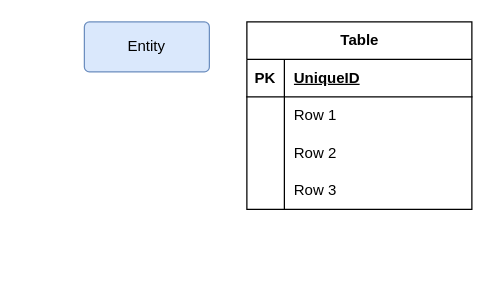
Earlier version of the draw.io diagram Untitled Diagram.drawio (enaide/spring-jpa). Source tidied: cells renumbered, new cells numbered last; positions are measured from the earlier drawing's top-left corner, leaving out a move shared by most shapes. Both pictures are drawn from the tidied source at 125%, with x=0, y=0 at pixel (84, 21).
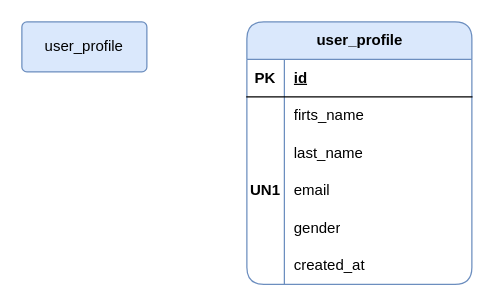
The same diagram, later.

Unchanged cells that the change refers to:
```xml
<mxCell id="4" style="shape=tableRow;horizontal=0;startSize=0;swimlaneHead=0;swimlaneBody=0;fillColor=none;top=0;left=0;right=0;bottom=1;" parent="3" vertex="1">
  <mxGeometry y="30" width="180" height="30" as="geometry" />
</mxCell>
<mxCell id="7" style="shape=tableRow;horizontal=0;startSize=0;swimlaneHead=0;swimlaneBody=0;fillColor=none;top=0;left=0;right=0;bottom=0;" parent="3" vertex="1">
  <mxGeometry y="60" width="180" height="30" as="geometry" />
</mxCell>
<mxCell id="10" style="shape=tableRow;horizontal=0;startSize=0;swimlaneHead=0;swimlaneBody=0;fillColor=none;top=0;left=0;right=0;bottom=0;" parent="3" vertex="1">
  <mxGeometry y="90" width="180" height="30" as="geometry" />
</mxCell>
<mxCell id="13" style="shape=tableRow;horizontal=0;startSize=0;swimlaneHead=0;swimlaneBody=0;fillColor=none;top=0;left=0;right=0;bottom=0;" parent="3" vertex="1">
  <mxGeometry y="120" width="180" height="30" as="geometry" />
</mxCell>
```

The edit, as a diff of the source:
```diff
@@
-    <mxCell id="2" value="Entity" style="rounded=1;arcSize=10;whiteSpace=wrap;html=1;align=center;fillColor=#dae8fc;strokeColor=#6c8ebf;" parent="1" vertex="1">
-      <mxGeometry width="100" height="40" as="geometry" />
+    <mxCell id="2" value="&lt;div&gt;user_profile&lt;/div&gt;" style="rounded=1;arcSize=10;whiteSpace=wrap;html=1;align=center;fillColor=#dae8fc;strokeColor=#6c8ebf;" parent="1" vertex="1">
+      <mxGeometry x="-50" width="100" height="40" as="geometry" />
     </mxCell>
-    <mxCell id="3" value="Table" style="shape=table;startSize=30;childLayout=tableLayout;rowLines=0;fontStyle=1;align=center;html=1;" parent="1" vertex="1">
-      <mxGeometry x="130" width="180" height="150" as="geometry" />
+    <mxCell id="3" value="&lt;div&gt;user_profile&lt;/div&gt;" style="shape=table;startSize=30;childLayout=tableLayout;rowLines=0;fontStyle=1;align=center;html=1;rounded=1;fillColor=#dae8fc;strokeColor=#6c8ebf;" parent="1" vertex="1">
+      <mxGeometry x="130" width="180" height="210" as="geometry" />
     </mxCell>
@@
-    <mxCell id="6" value="UniqueID" style="shape=partialRectangle;fillColor=none;top=0;left=0;bottom=0;right=0;align=left;spacingLeft=6;fontStyle=5;overflow=hidden;whiteSpace=wrap;html=1;" parent="4" vertex="1">
+    <mxCell id="6" value="id" style="shape=partialRectangle;fillColor=none;top=0;left=0;bottom=0;right=0;align=left;spacingLeft=6;fontStyle=5;overflow=hidden;whiteSpace=wrap;html=1;" parent="4" vertex="1">
       <mxGeometry x="30" width="150" height="30" as="geometry" />
     </mxCell>
@@
-    <mxCell id="9" value="Row 1" style="shape=partialRectangle;fillColor=none;top=0;left=0;bottom=0;right=0;align=left;spacingLeft=6;overflow=hidden;whiteSpace=wrap;html=1;" parent="7" vertex="1">
+    <mxCell id="9" value="&lt;div&gt;firts_name&lt;/div&gt;" style="shape=partialRectangle;fillColor=none;top=0;left=0;bottom=0;right=0;align=left;spacingLeft=6;overflow=hidden;whiteSpace=wrap;html=1;" parent="7" vertex="1">
       <mxGeometry x="30" width="150" height="30" as="geometry" />
     </mxCell>
@@
-    <mxCell id="12" value="Row 2" style="shape=partialRectangle;fillColor=none;top=0;left=0;bottom=0;right=0;align=left;spacingLeft=6;overflow=hidden;whiteSpace=wrap;html=1;" parent="10" vertex="1">
+    <mxCell id="12" value="last_name" style="shape=partialRectangle;fillColor=none;top=0;left=0;bottom=0;right=0;align=left;spacingLeft=6;overflow=hidden;whiteSpace=wrap;html=1;" parent="10" vertex="1">
       <mxGeometry x="30" width="150" height="30" as="geometry" />
     </mxCell>
@@
-    <mxCell id="14" style="shape=partialRectangle;fillColor=none;top=0;left=0;bottom=0;right=0;overflow=hidden;whiteSpace=wrap;html=1;" parent="13" vertex="1">
+    <mxCell id="14" value="UN1" style="shape=partialRectangle;fillColor=none;top=0;left=0;bottom=0;right=0;overflow=hidden;whiteSpace=wrap;html=1;fontStyle=1;" parent="13" vertex="1">
       <mxGeometry width="30" height="30" as="geometry" />
     </mxCell>
-    <mxCell id="15" value="Row 3" style="shape=partialRectangle;fillColor=none;top=0;left=0;bottom=0;right=0;align=left;spacingLeft=6;overflow=hidden;whiteSpace=wrap;html=1;" parent="13" vertex="1">
+    <mxCell id="15" value="email" style="shape=partialRectangle;fillColor=none;top=0;left=0;bottom=0;right=0;align=left;spacingLeft=6;overflow=hidden;whiteSpace=wrap;html=1;" parent="13" vertex="1">
       <mxGeometry x="30" width="150" height="30" as="geometry" />
     </mxCell>
+    <mxCell id="16" style="shape=tableRow;horizontal=0;startSize=0;swimlaneHead=0;swimlaneBody=0;fillColor=none;top=0;left=0;right=0;bottom=0;" parent="3" vertex="1">
+      <mxGeometry y="150" width="180" height="30" as="geometry" />
+    </mxCell>
+    <mxCell id="17" style="shape=partialRectangle;fillColor=none;top=0;left=0;bottom=0;right=0;overflow=hidden;whiteSpace=wrap;html=1;" parent="16" vertex="1">
+      <mxGeometry width="30" height="30" as="geometry" />
+    </mxCell>
+    <mxCell id="18" value="gender" style="shape=partialRectangle;fillColor=none;top=0;left=0;bottom=0;right=0;align=left;spacingLeft=6;overflow=hidden;whiteSpace=wrap;html=1;" parent="16" vertex="1">
+      <mxGeometry x="30" width="150" height="30" as="geometry" />
+    </mxCell>
+    <mxCell id="19" style="shape=tableRow;horizontal=0;startSize=0;swimlaneHead=0;swimlaneBody=0;fillColor=none;top=0;left=0;right=0;bottom=0;" parent="3" vertex="1">
+      <mxGeometry y="180" width="180" height="30" as="geometry" />
+    </mxCell>
+    <mxCell id="20" style="shape=partialRectangle;fillColor=none;top=0;left=0;bottom=0;right=0;overflow=hidden;whiteSpace=wrap;html=1;" parent="19" vertex="1">
+      <mxGeometry width="30" height="30" as="geometry" />
+    </mxCell>
+    <mxCell id="21" value="created_at" style="shape=partialRectangle;fillColor=none;top=0;left=0;bottom=0;right=0;align=left;spacingLeft=6;overflow=hidden;whiteSpace=wrap;html=1;" parent="19" vertex="1">
+      <mxGeometry x="30" width="150" height="30" as="geometry" />
+    </mxCell>
```
